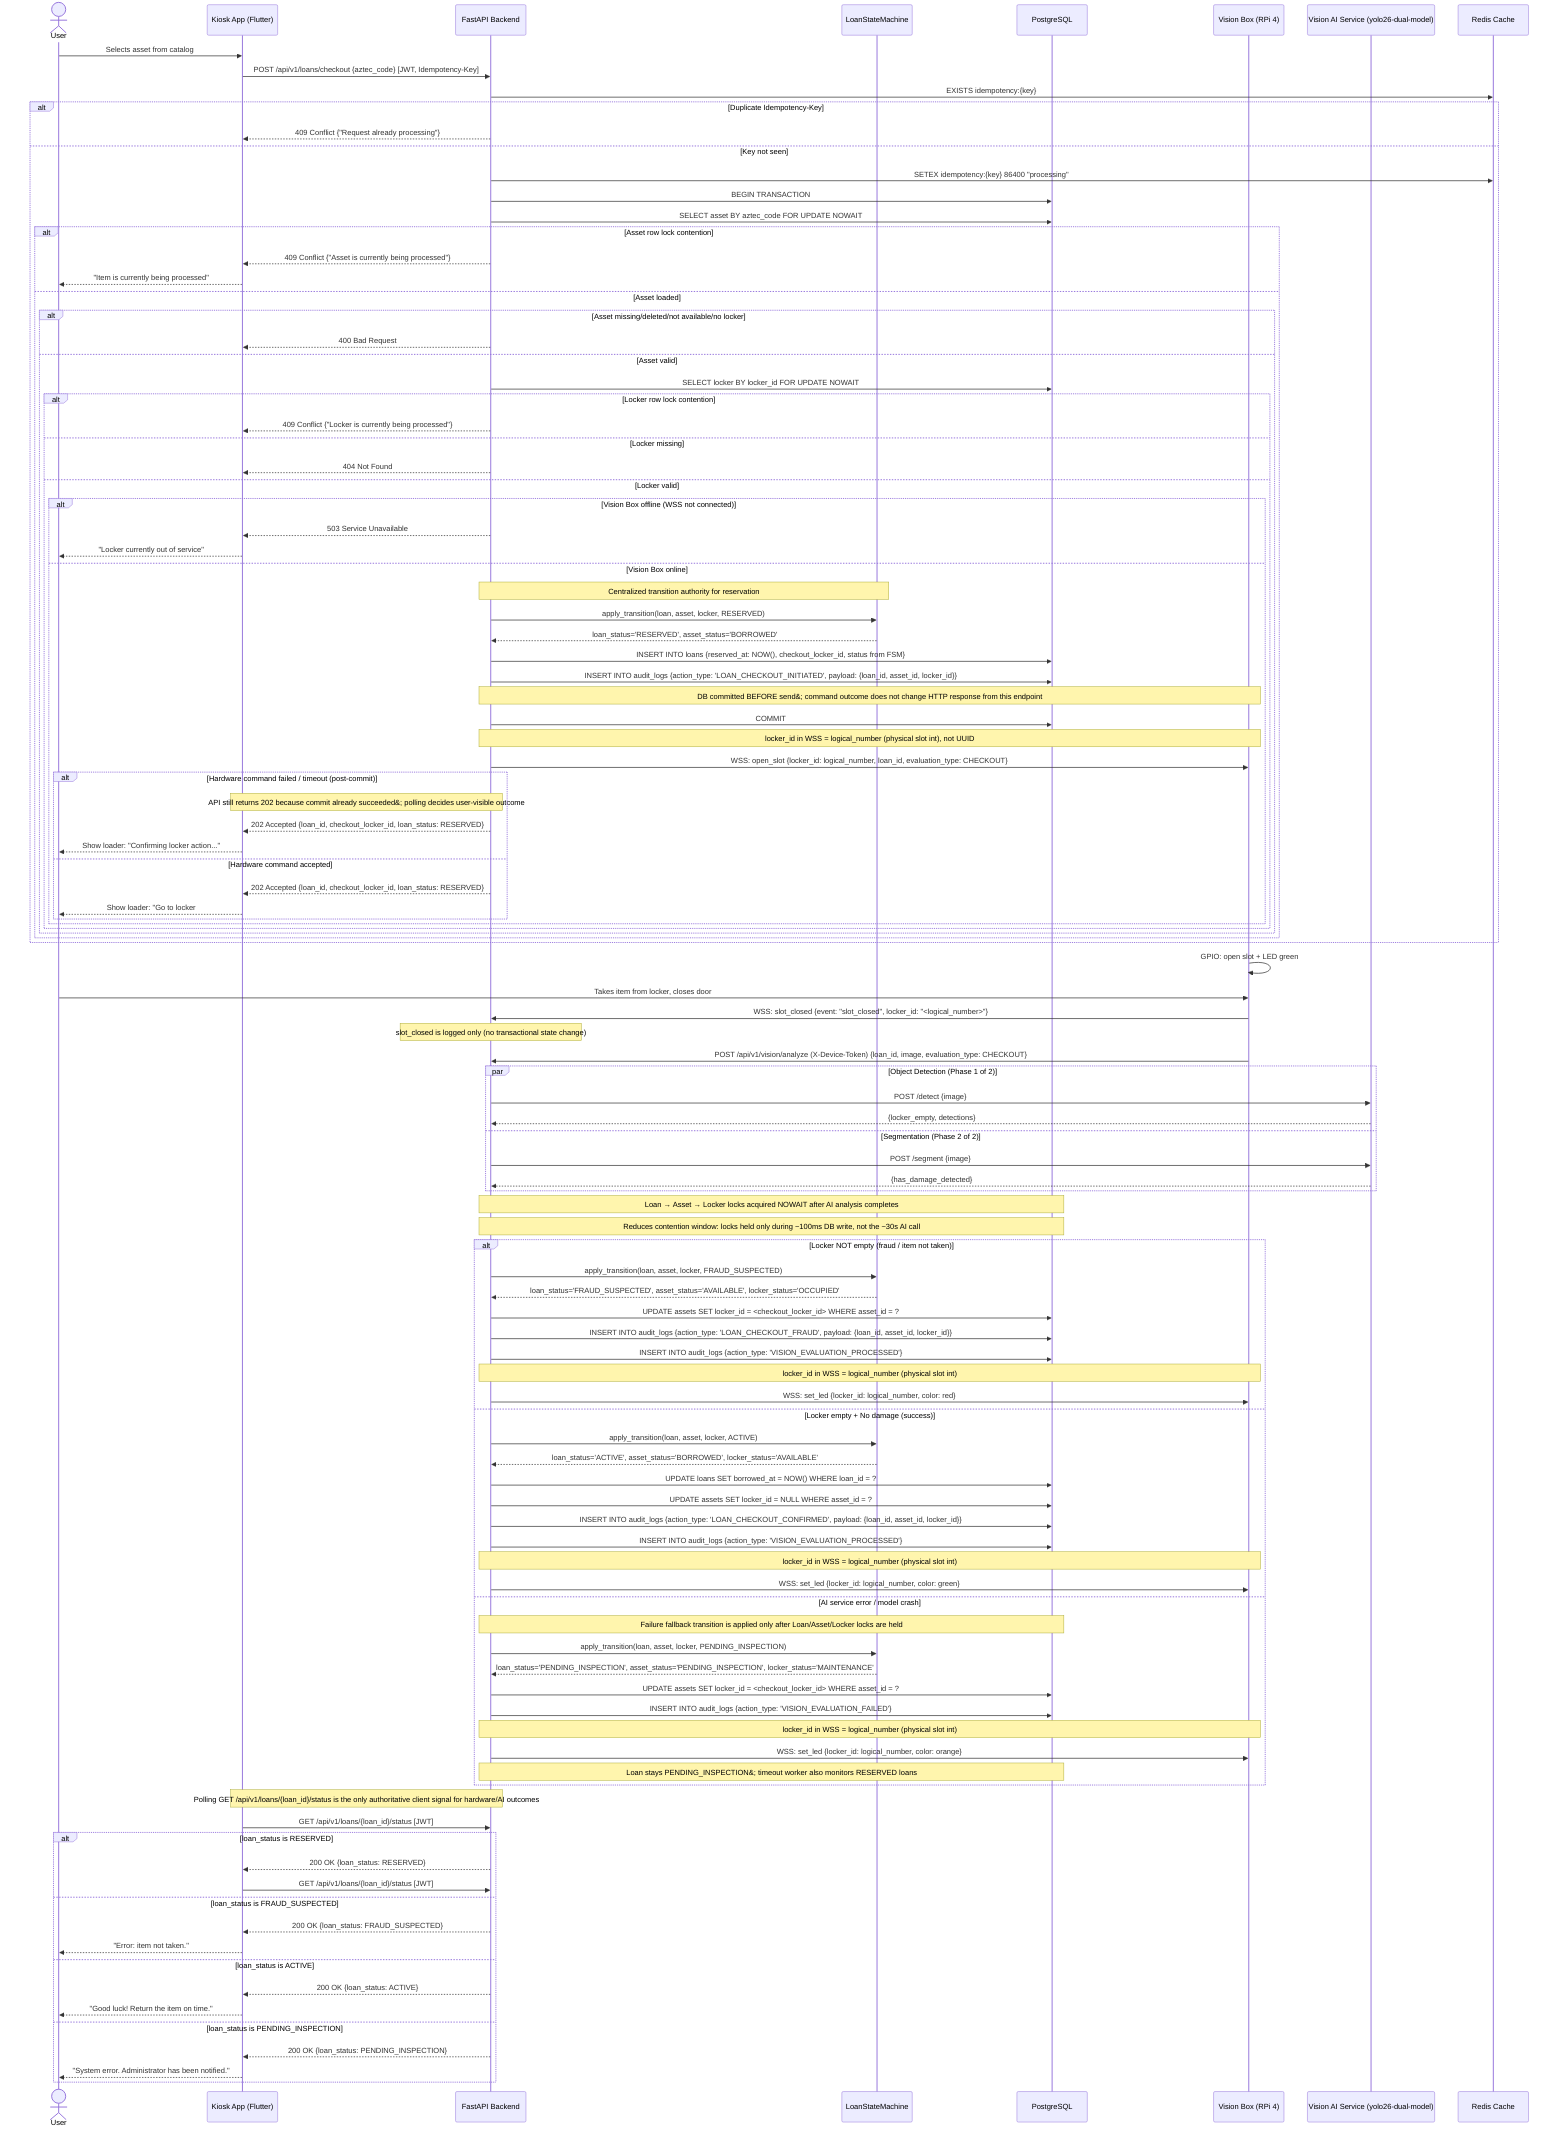
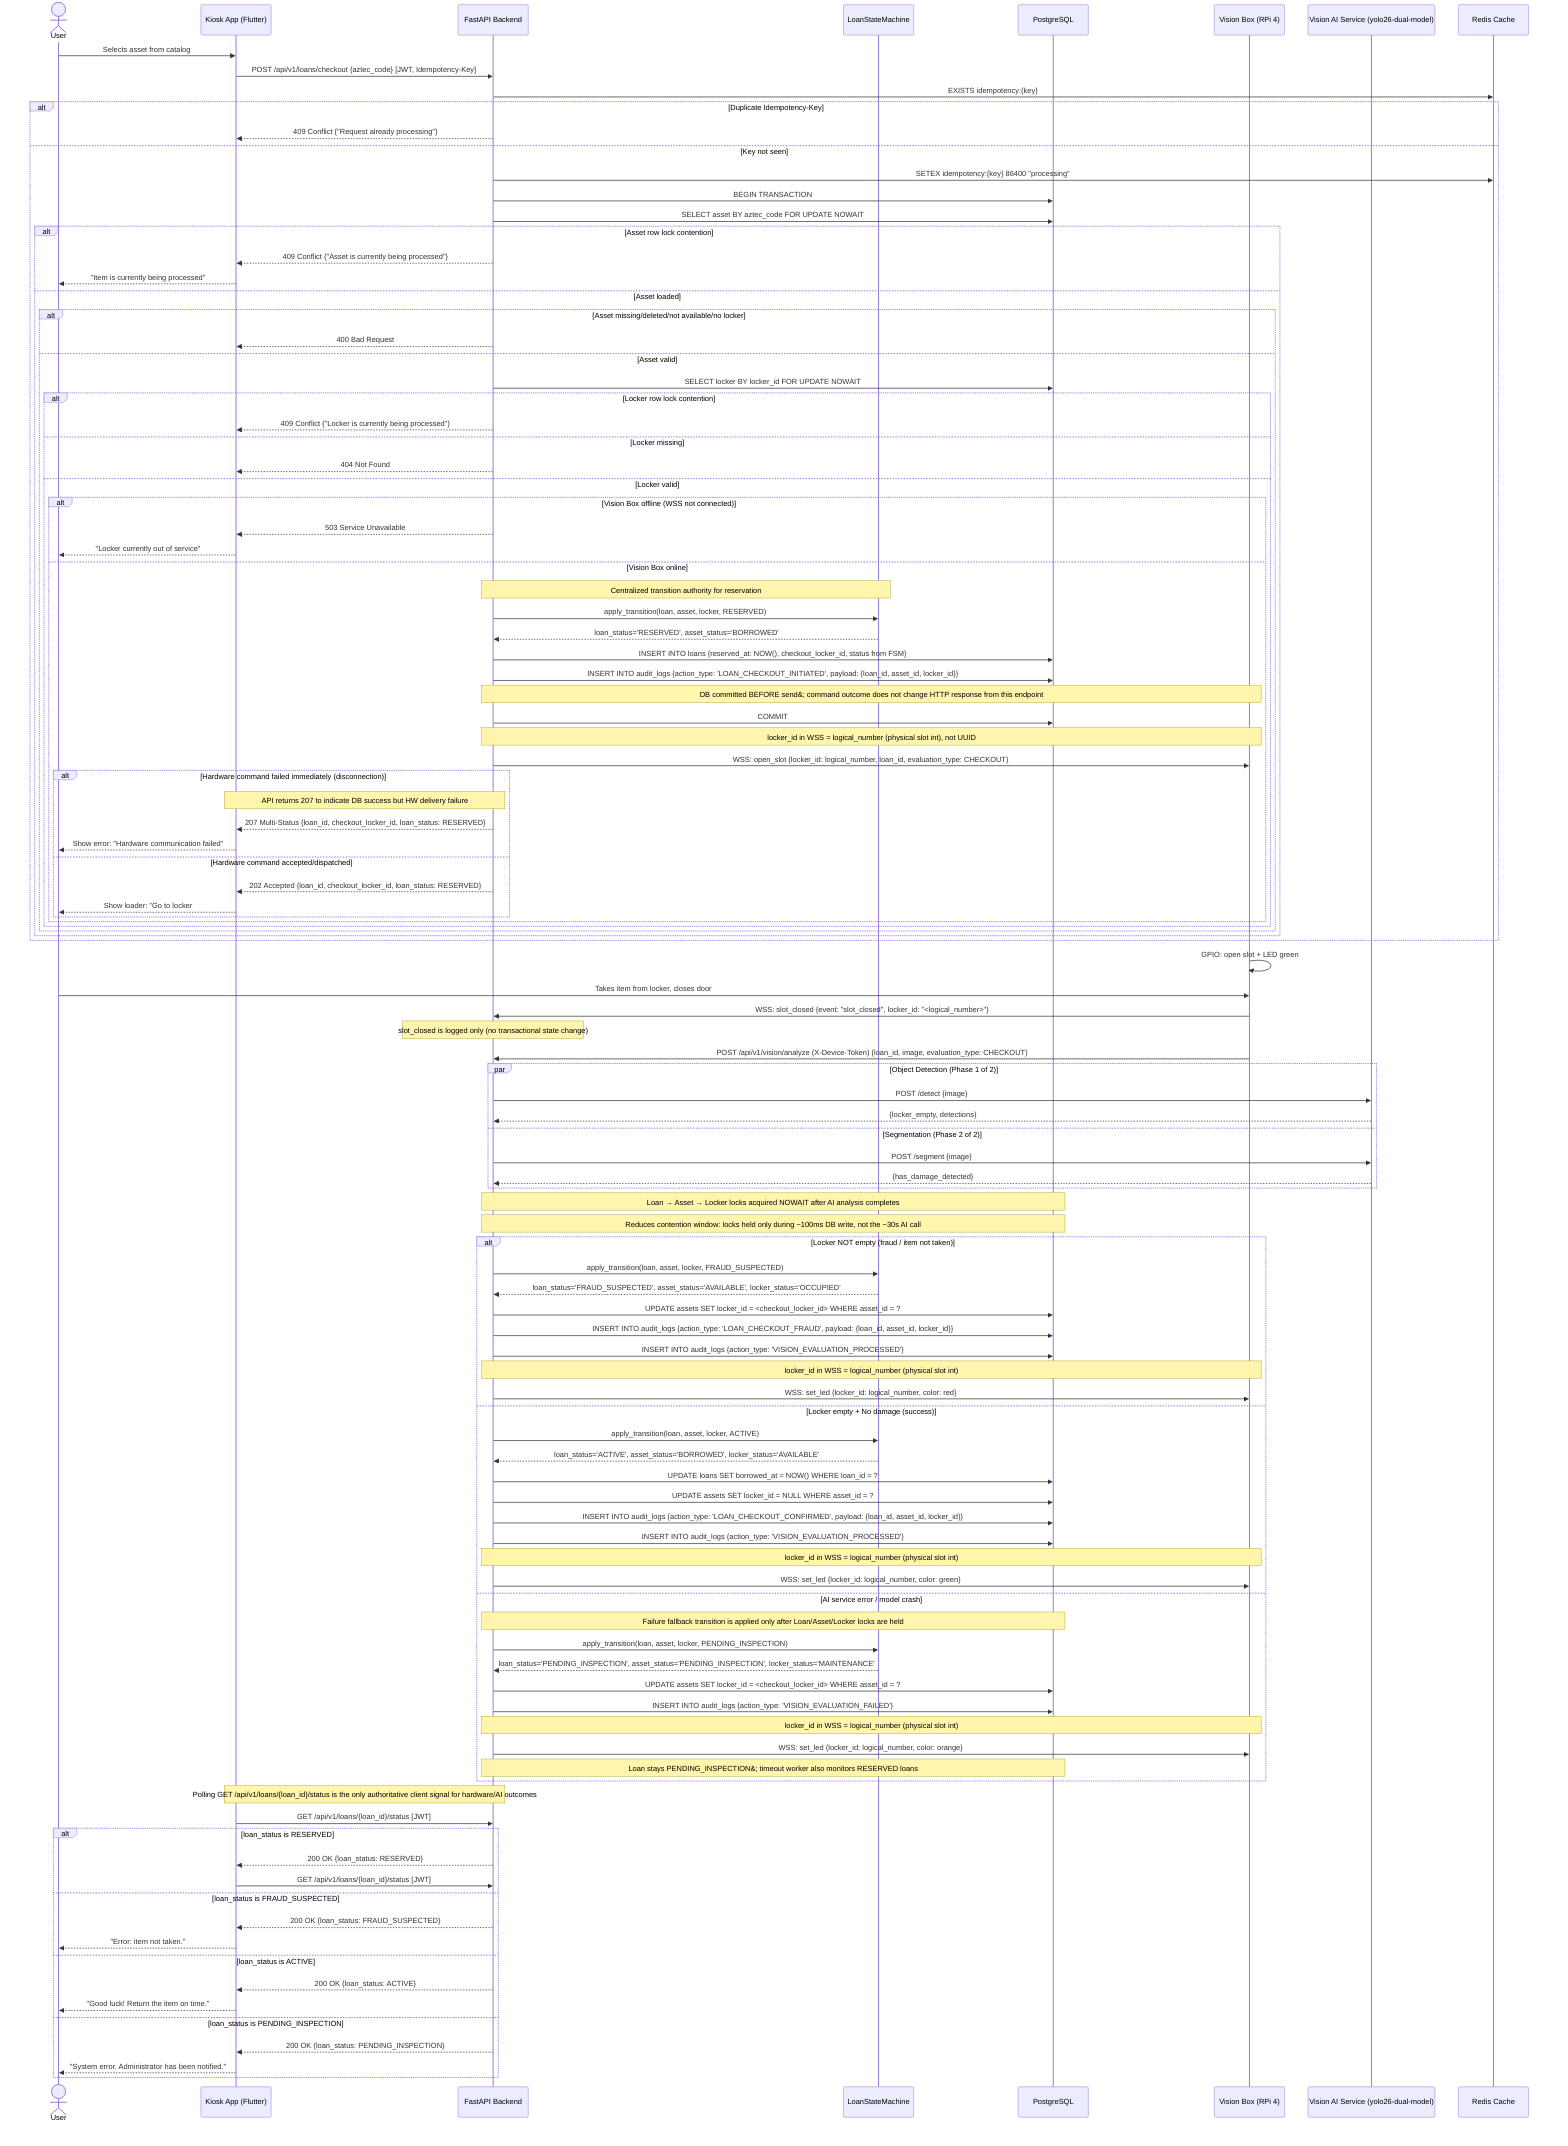
sequenceDiagram
    actor User as User
    participant App as Kiosk App (Flutter)
    participant API as FastAPI Backend
    participant FSM as LoanStateMachine
    participant DB as PostgreSQL
    participant VB as Vision Box (RPi 4)
    participant AI as Vision AI Service (yolo26-dual-model)
    participant Redis as Redis Cache

    User->>App: Selects asset from catalog
    App->>API: POST /api/v1/loans/checkout {aztec_code} [JWT, Idempotency-Key]

    API->>Redis: EXISTS idempotency:{key}
    alt Duplicate Idempotency-Key
        API-->>App: 409 Conflict {"Request already processing"}
    else Key not seen
        API->>Redis: SETEX idempotency:{key} 86400 "processing"

        %% Phase 1: Validate and reserve (row locks acquired NOWAIT)
        API->>DB: BEGIN TRANSACTION
        API->>DB: SELECT asset BY aztec_code FOR UPDATE NOWAIT

        alt Asset row lock contention
            API-->>App: 409 Conflict {"Asset is currently being processed"}
            App-->>User: "Item is currently being processed"
        else Asset loaded
            alt Asset missing/deleted/not available/no locker
                API-->>App: 400 Bad Request
            else Asset valid
                API->>DB: SELECT locker BY locker_id FOR UPDATE NOWAIT

                alt Locker row lock contention
                    API-->>App: 409 Conflict {"Locker is currently being processed"}
                else Locker missing
                    API-->>App: 404 Not Found
                else Locker valid
                    alt Vision Box offline (WSS not connected)
                        API-->>App: 503 Service Unavailable
                        App-->>User: "Locker currently out of service"
                    else Vision Box online
                        %% State mutations applied immediately
                        Note over API,FSM: Centralized transition authority for reservation
                        API->>FSM: apply_transition(loan, asset, locker, RESERVED)
                        FSM-->>API: loan_status='RESERVED', asset_status='BORROWED'
                        API->>DB: INSERT INTO loans {reserved_at: NOW(), checkout_locker_id, status from FSM}
                        API->>DB: INSERT INTO audit_logs {action_type: 'LOAN_CHECKOUT_INITIATED', payload: {loan_id, asset_id, locker_id}}

                        %% Hardware command sent AFTER DB commit
                        Note over API,VB: DB committed BEFORE send&#59; command outcome does not change HTTP response from this endpoint
                        API->>DB: COMMIT

                        Note over API,VB: locker_id in WSS = logical_number (physical slot int), not UUID
                        API->>VB: WSS: open_slot {locker_id: logical_number, loan_id, evaluation_type: CHECKOUT}

-                         alt Hardware command failed / timeout (post-commit)
-                             Note over API,App: API still returns 202 because commit already succeeded&#59; polling decides user-visible outcome
-                             API-->>App: 202 Accepted {loan_id, checkout_locker_id, loan_status: RESERVED}
-                             App-->>User: Show loader: "Confirming locker action..."
-                         else Hardware command accepted
+                         alt Hardware command failed immediately (disconnection)
+                             Note over API,App: API returns 207 to indicate DB success but HW delivery failure
+                             API-->>App: 207 Multi-Status {loan_id, checkout_locker_id, loan_status: RESERVED}
+                             App-->>User: Show error: "Hardware communication failed"
+                         else Hardware command accepted/dispatched
                            API-->>App: 202 Accepted {loan_id, checkout_locker_id, loan_status: RESERVED}
                            App-->>User: Show loader: "Go to locker #N"
                        end
                    end
                end
            end
        end
    end

    VB->>VB: GPIO: open slot + LED green
    User->>VB: Takes item from locker, closes door
    VB->>API: WSS: slot_closed {event: "slot_closed", locker_id: "<logical_number>"}
    Note over API: slot_closed is logged only (no transactional state change)

    %% Vision Box triggers AI analysis (M2M, no JWT)
    VB->>API: POST /api/v1/vision/analyze (X-Device-Token) {loan_id, image, evaluation_type: CHECKOUT}

    %% Phase 2: Vision AI analysis (row locks acquired AFTER analysis)
    par Object Detection (Phase 1 of 2)
        API->>AI: POST /detect {image}
        AI-->>API: {locker_empty, detections}
    and Segmentation (Phase 2 of 2)
        API->>AI: POST /segment {image}
        AI-->>API: {has_damage_detected}
    end

    Note over API,DB: Loan → Asset → Locker locks acquired NOWAIT after AI analysis completes
    Note over API,DB: Reduces contention window: locks held only during ~100ms DB write, not the ~30s AI call

    alt Locker NOT empty (fraud / item not taken)
        API->>FSM: apply_transition(loan, asset, locker, FRAUD_SUSPECTED)
        FSM-->>API: loan_status='FRAUD_SUSPECTED', asset_status='AVAILABLE', locker_status='OCCUPIED'
        API->>DB: UPDATE assets SET locker_id = <checkout_locker_id> WHERE asset_id = ?
        API->>DB: INSERT INTO audit_logs {action_type: 'LOAN_CHECKOUT_FRAUD', payload: {loan_id, asset_id, locker_id}}
        API->>DB: INSERT INTO audit_logs {action_type: 'VISION_EVALUATION_PROCESSED'}
        Note over API,VB: locker_id in WSS = logical_number (physical slot int)
        API->>VB: WSS: set_led {locker_id: logical_number, color: red}
    else Locker empty + No damage (success)
        API->>FSM: apply_transition(loan, asset, locker, ACTIVE)
        FSM-->>API: loan_status='ACTIVE', asset_status='BORROWED', locker_status='AVAILABLE'
        API->>DB: UPDATE loans SET borrowed_at = NOW() WHERE loan_id = ?
        API->>DB: UPDATE assets SET locker_id = NULL WHERE asset_id = ?
        API->>DB: INSERT INTO audit_logs {action_type: 'LOAN_CHECKOUT_CONFIRMED', payload: {loan_id, asset_id, locker_id}}
        API->>DB: INSERT INTO audit_logs {action_type: 'VISION_EVALUATION_PROCESSED'}
        Note over API,VB: locker_id in WSS = logical_number (physical slot int)
        API->>VB: WSS: set_led {locker_id: logical_number, color: green}
    else AI service error / model crash
        Note over API,DB: Failure fallback transition is applied only after Loan/Asset/Locker locks are held
        API->>FSM: apply_transition(loan, asset, locker, PENDING_INSPECTION)
        FSM-->>API: loan_status='PENDING_INSPECTION', asset_status='PENDING_INSPECTION', locker_status='MAINTENANCE'
        API->>DB: UPDATE assets SET locker_id = <checkout_locker_id> WHERE asset_id = ?
        API->>DB: INSERT INTO audit_logs {action_type: 'VISION_EVALUATION_FAILED'}
        Note over API,VB: locker_id in WSS = logical_number (physical slot int)
        API->>VB: WSS: set_led {locker_id: logical_number, color: orange}
        Note over API,DB: Loan stays PENDING_INSPECTION&#59; timeout worker also monitors RESERVED loans
    end

    Note over App,API: Polling GET /api/v1/loans/{loan_id}/status is the only authoritative client signal for hardware/AI outcomes
    App->>API: GET /api/v1/loans/{loan_id}/status [JWT]
    alt loan_status is RESERVED
        API-->>App: 200 OK {loan_status: RESERVED}
        App->>API: GET /api/v1/loans/{loan_id}/status [JWT]
    else loan_status is FRAUD_SUSPECTED
        API-->>App: 200 OK {loan_status: FRAUD_SUSPECTED}
        App-->>User: "Error: item not taken."
    else loan_status is ACTIVE
        API-->>App: 200 OK {loan_status: ACTIVE}
        App-->>User: "Good luck! Return the item on time."
    else loan_status is PENDING_INSPECTION
        API-->>App: 200 OK {loan_status: PENDING_INSPECTION}
        App-->>User: "System error. Administrator has been notified."
    end
